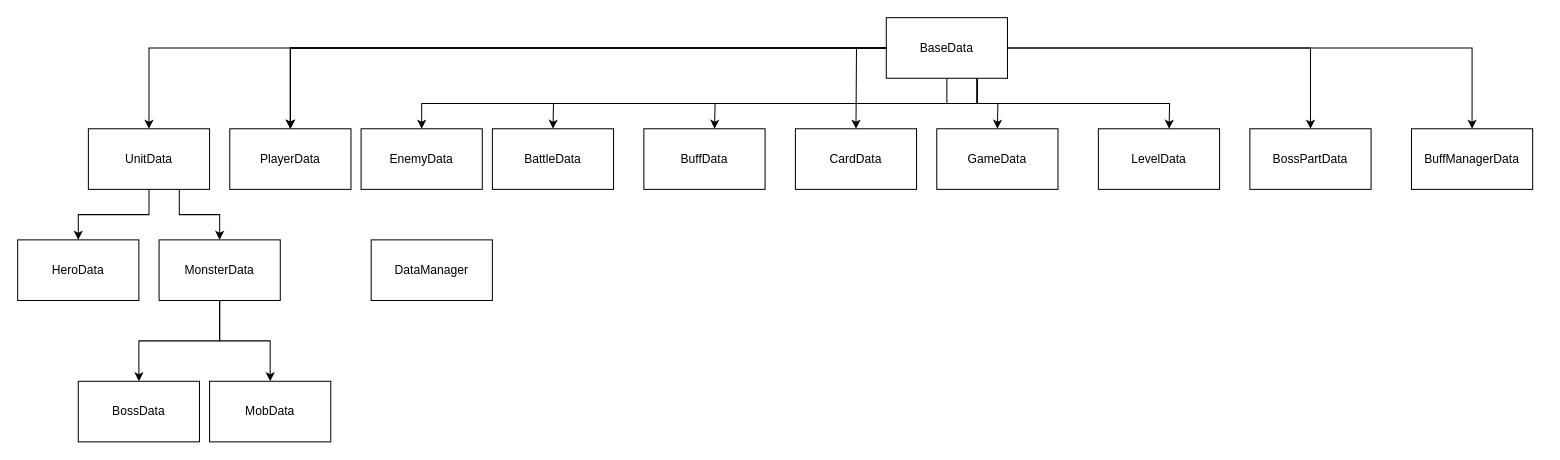
boyu0/boyu0 keeps this draw.io diagram as table/workflow/未命名绘图.drawio. Above is the earlier version. Source tidied: cells renumbered, new cells numbered last; positions are measured from the earlier drawing's top-left corner, leaving out a move shared by most shapes. Both pictures are drawn from the tidied source at 101%, with x=0, y=0 at pixel (17, 17).
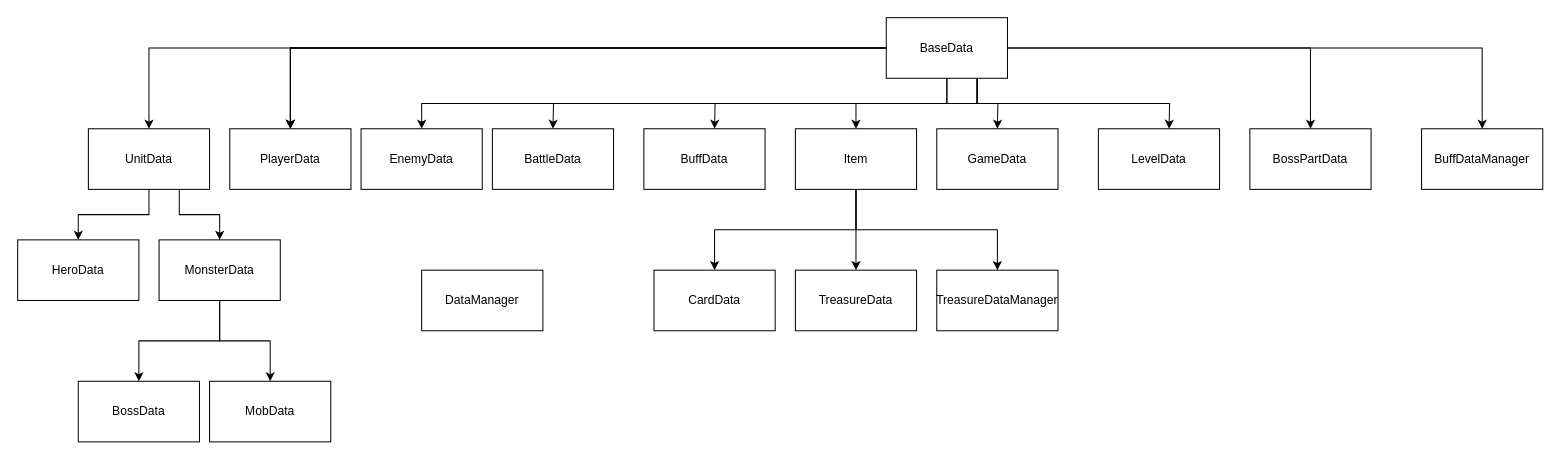
The same page after the edit.

Commit message:
更新未命名绘图.drawio

Unchanged cells that the change refers to:
```xml
<mxCell id="14" value="BaseData" style="rounded=0;whiteSpace=wrap;html=1;" parent="1" vertex="1">
  <mxGeometry x="860" width="120" height="60" as="geometry" />
</mxCell>
```

The edit, as a diff of the source:
```diff
@@
-    <mxCell id="9" style="edgeStyle=orthogonalEdgeStyle;rounded=0;jettySize=auto;html=1;" parent="1" edge="1" source="14">
-      <mxGeometry relative="1" as="geometry">
-        <mxPoint x="830" y="110" as="targetPoint" />
-      </mxGeometry>
-    </mxCell>
@@
-    <mxCell id="13" style="edgeStyle=orthogonalEdgeStyle;rounded=0;jettySize=auto;html=1;exitX=1;exitY=0.5;exitDx=0;exitDy=0;entryX=0.5;entryY=0;entryDx=0;entryDy=0;" parent="1" edge="1" source="14" target="33">
-      <mxGeometry relative="1" as="geometry" />
-    </mxCell>
+    <mxCell id="34" style="edgeStyle=orthogonalEdgeStyle;rounded=0;jettySize=auto;html=1;" parent="1" edge="1" source="14" target="36">
+      <mxGeometry relative="1" as="geometry" />
+    </mxCell>
+    <mxCell id="35" style="edgeStyle=orthogonalEdgeStyle;rounded=0;jettySize=auto;html=1;exitX=0.5;exitY=1;exitDx=0;exitDy=0;entryX=0.5;entryY=0;entryDx=0;entryDy=0;" parent="1" edge="1" source="14" target="42">
+      <mxGeometry relative="1" as="geometry" />
+    </mxCell>
@@
     <mxCell id="28" value="CardData" style="rounded=0;whiteSpace=wrap;html=1;" parent="1" vertex="1">
-      <mxGeometry x="770" y="110" width="120" height="60" as="geometry" />
+      <mxGeometry x="630" y="250" width="120" height="60" as="geometry" />
     </mxCell>
@@
     <mxCell id="32" value="DataManager" style="rounded=0;whiteSpace=wrap;html=1;" parent="1" vertex="1">
-      <mxGeometry x="350" y="220" width="120" height="60" as="geometry" />
+      <mxGeometry x="400" y="250" width="120" height="60" as="geometry" />
     </mxCell>
-    <mxCell id="33" value="BuffManagerData" style="rounded=0;whiteSpace=wrap;html=1;" parent="1" vertex="1">
-      <mxGeometry x="1380" y="110" width="120" height="60" as="geometry" />
-    </mxCell>
+    <mxCell id="36" value="BuffDataManager" style="rounded=0;whiteSpace=wrap;html=1;" parent="1" vertex="1">
+      <mxGeometry x="1390" y="110" width="120" height="60" as="geometry" />
+    </mxCell>
+    <mxCell id="37" value="TreasureData" style="rounded=0;whiteSpace=wrap;html=1;" parent="1" vertex="1">
+      <mxGeometry x="770" y="250" width="120" height="60" as="geometry" />
+    </mxCell>
+    <mxCell id="38" value="TreasureDataManager" style="rounded=0;whiteSpace=wrap;html=1;" parent="1" vertex="1">
+      <mxGeometry x="910" y="250" width="120" height="60" as="geometry" />
+    </mxCell>
+    <mxCell id="39" style="edgeStyle=orthogonalEdgeStyle;rounded=0;jettySize=auto;html=1;exitX=0.5;exitY=1;exitDx=0;exitDy=0;" parent="1" edge="1" source="42" target="37">
+      <mxGeometry relative="1" as="geometry" />
+    </mxCell>
+    <mxCell id="40" style="edgeStyle=orthogonalEdgeStyle;rounded=0;jettySize=auto;html=1;exitX=0.5;exitY=1;exitDx=0;exitDy=0;" parent="1" edge="1" source="42" target="38">
+      <mxGeometry relative="1" as="geometry" />
+    </mxCell>
+    <mxCell id="41" style="edgeStyle=orthogonalEdgeStyle;rounded=0;jettySize=auto;html=1;exitX=0.5;exitY=1;exitDx=0;exitDy=0;" parent="1" edge="1" source="42" target="28">
+      <mxGeometry relative="1" as="geometry" />
+    </mxCell>
+    <mxCell id="42" value="Item" style="rounded=0;whiteSpace=wrap;html=1;" parent="1" vertex="1">
+      <mxGeometry x="770" y="110" width="120" height="60" as="geometry" />
+    </mxCell>
```
